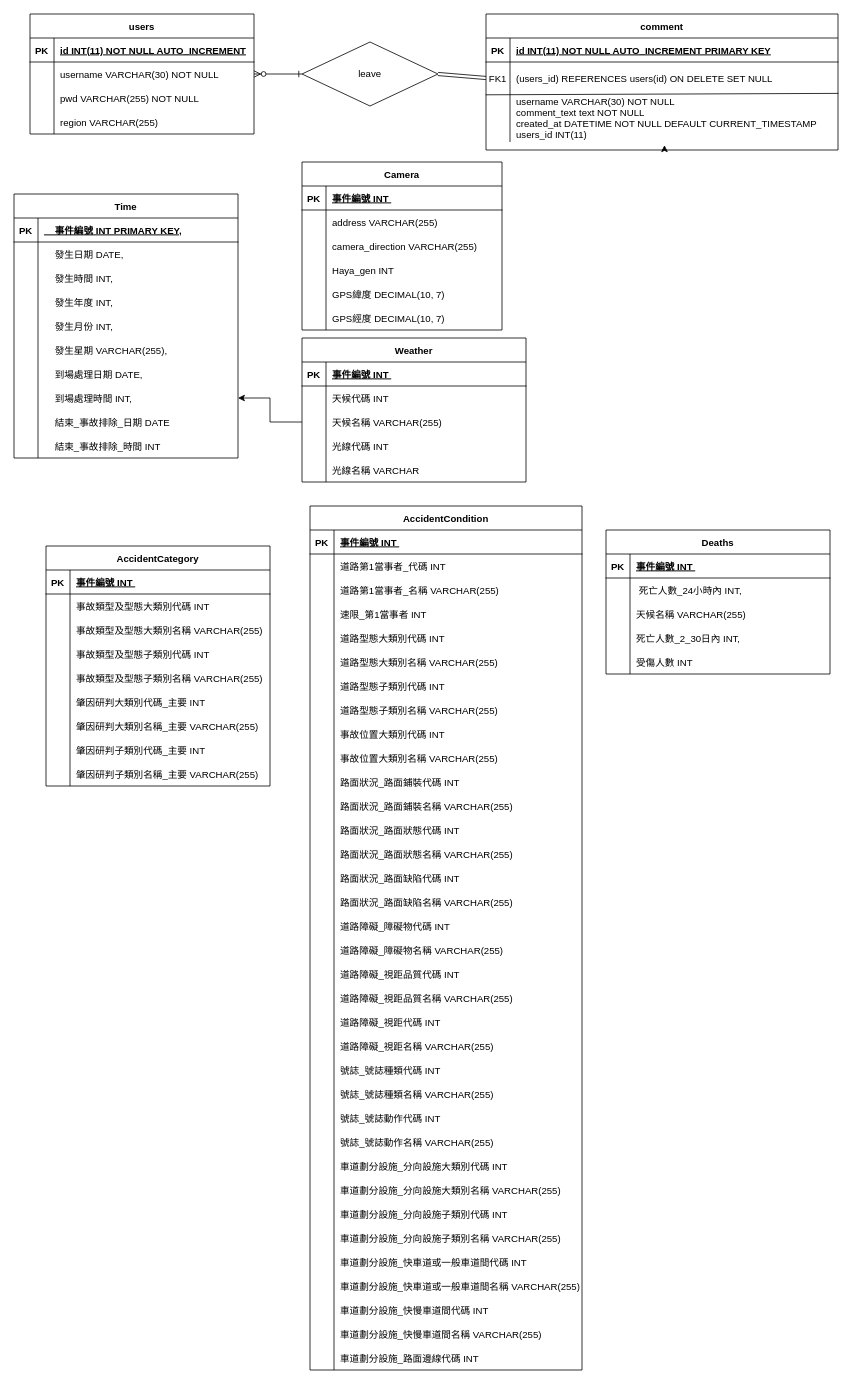
Above: 未命名绘图.drawio in Allenwang2004/DatabaseFinalproject (draw.io), before the change. Source tidied: cells renumbered, new cells numbered last; positions are measured from the earlier drawing's top-left corner, leaving out a move shared by most shapes. Both pictures are drawn from the tidied source at 80%, with x=0, y=0 at pixel (14, 14).
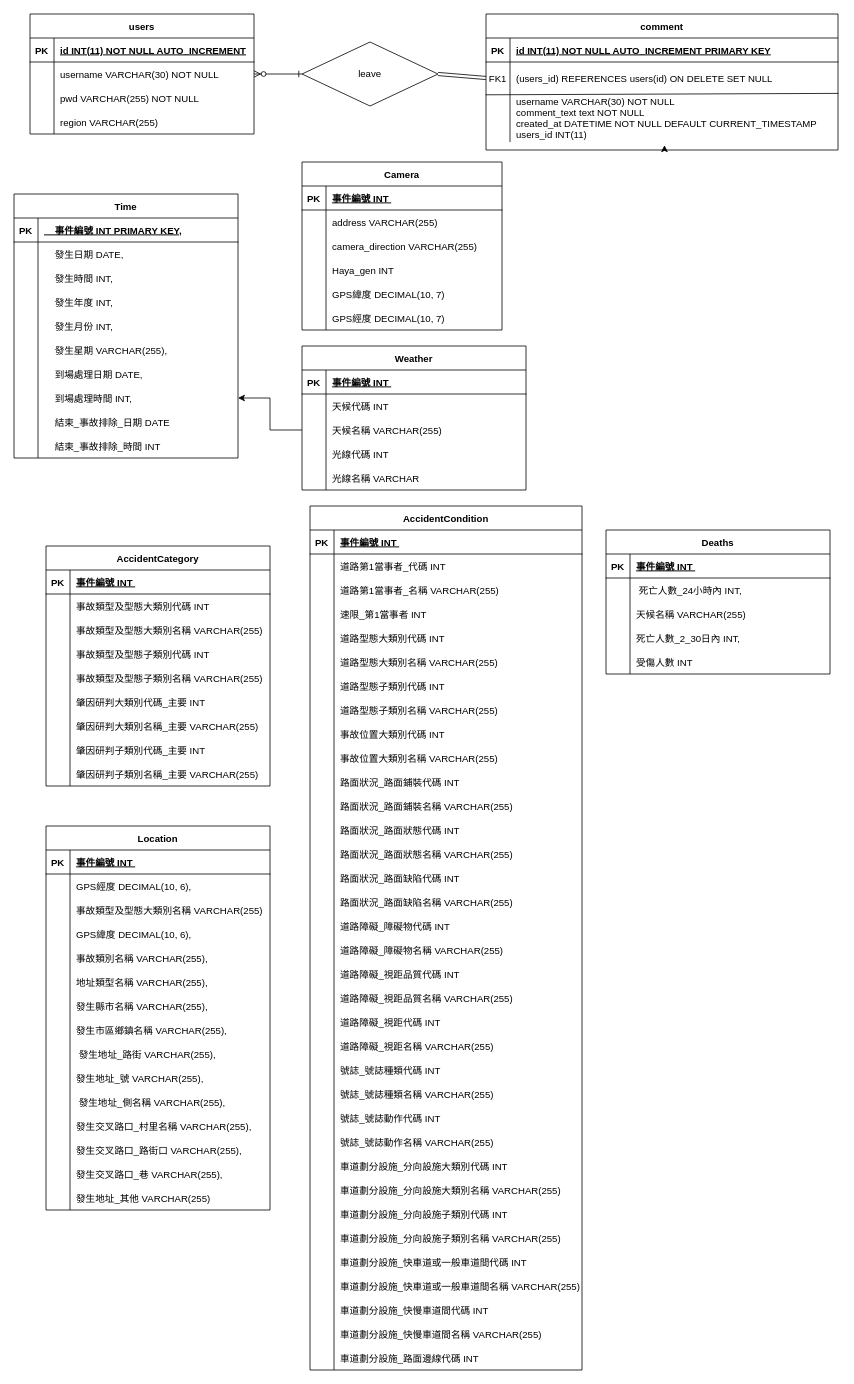
Above is the later version.

Commit message (it also covers changes not shown here):
更新未命名绘图.drawio

The change refers to these unchanged cells:
```xml
<mxCell id="10" style="shape=partialRectangle;fillColor=none;points=[[0,0.5],[1,0.5]];portConstraint=eastwest;top=0;left=0;right=0;bottom=0;" parent="3" vertex="1">
  <mxGeometry y="100" width="440" height="60" as="geometry" />
</mxCell>
```

Diff of the diagram source:
```diff
@@
-    <mxCell id="12" value="username VARCHAR(30) NOT NULL&#10;comment_text text NOT NULL&#10;created_at DATETIME NOT NULL DEFAULT CURRENT_TIMESTAMP&#10;users_id INT(11) " style="shape=partialRectangle;overflow=hidden;fillColor=none;top=0;left=0;bottom=0;right=0;align=left;spacingLeft=6;" parent="10" vertex="1">
+    <mxCell id="12" value="username VARCHAR(30) NOT NULL&#10;comment_text text NOT NULL&#10;created_at DATETIME NOT NULL DEFAULT CURRENT_TIMESTAMP&#10;users_id INT(11)" style="shape=partialRectangle;overflow=hidden;fillColor=none;top=0;left=0;bottom=0;right=0;align=left;spacingLeft=6;" parent="10" vertex="1">
       <mxGeometry x="30" width="410" height="60" as="geometry" />
     </mxCell>
@@
     <mxCell id="79" value="Weather" style="shape=table;startSize=30;childLayout=tableLayout;rowLines=0;fontStyle=1;align=center;" parent="1" vertex="1">
-      <mxGeometry x="360" y="405" width="280" height="180" as="geometry" />
+      <mxGeometry x="360" y="415" width="280" height="180" as="geometry" />
     </mxCell>
@@
+    <mxCell id="247" value="Location" style="shape=table;startSize=30;childLayout=tableLayout;rowLines=0;fontStyle=1;align=center;" parent="1" vertex="1">
+      <mxGeometry x="40" y="1015" width="280" height="480" as="geometry" />
+    </mxCell>
+    <mxCell id="248" style="shape=partialRectangle;fillColor=none;top=0;left=0;right=0;bottom=1;" parent="247" vertex="1">
+      <mxGeometry y="30" width="280" height="30" as="geometry" />
+    </mxCell>
+    <mxCell id="249" value="PK" style="shape=partialRectangle;overflow=hidden;fillColor=none;top=0;left=0;bottom=0;right=0;fontStyle=1;" parent="248" vertex="1">
+      <mxGeometry width="30" height="30" as="geometry" />
+    </mxCell>
+    <mxCell id="250" value="事件編號 INT " style="shape=partialRectangle;overflow=hidden;fillColor=none;top=0;left=0;bottom=0;right=0;align=left;spacingLeft=6;fontStyle=5;" parent="248" vertex="1">
+      <mxGeometry x="30" width="250" height="30" as="geometry" />
+    </mxCell>
+    <mxCell id="251" style="shape=partialRectangle;fillColor=none;top=0;left=0;right=0;bottom=0;" parent="247" vertex="1">
+      <mxGeometry y="60" width="280" height="30" as="geometry" />
+    </mxCell>
+    <mxCell id="252" style="shape=partialRectangle;overflow=hidden;fillColor=none;top=0;left=0;bottom=0;right=0;" parent="251" vertex="1">
+      <mxGeometry width="30" height="30" as="geometry" />
+    </mxCell>
+    <mxCell id="253" value="GPS經度 DECIMAL(10, 6)," style="shape=partialRectangle;overflow=hidden;fillColor=none;top=0;left=0;bottom=0;right=0;align=left;spacingLeft=6;" parent="251" vertex="1">
+      <mxGeometry x="30" width="250" height="30" as="geometry" />
+    </mxCell>
+    <mxCell id="254" style="shape=partialRectangle;fillColor=none;top=0;left=0;right=0;bottom=0;" parent="247" vertex="1">
+      <mxGeometry y="90" width="280" height="30" as="geometry" />
+    </mxCell>
+    <mxCell id="255" style="shape=partialRectangle;overflow=hidden;fillColor=none;top=0;left=0;bottom=0;right=0;" parent="254" vertex="1">
+      <mxGeometry width="30" height="30" as="geometry" />
+    </mxCell>
+    <mxCell id="256" value="事故類型及型態大類別名稱 VARCHAR(255)" style="shape=partialRectangle;overflow=hidden;fillColor=none;top=0;left=0;bottom=0;right=0;align=left;spacingLeft=6;" parent="254" vertex="1">
+      <mxGeometry x="30" width="250" height="30" as="geometry" />
+    </mxCell>
+    <mxCell id="257" style="shape=partialRectangle;fillColor=none;top=0;left=0;right=0;bottom=0;" parent="247" vertex="1">
+      <mxGeometry y="120" width="280" height="30" as="geometry" />
+    </mxCell>
+    <mxCell id="258" style="shape=partialRectangle;overflow=hidden;fillColor=none;top=0;left=0;bottom=0;right=0;" parent="257" vertex="1">
+      <mxGeometry width="30" height="30" as="geometry" />
+    </mxCell>
+    <mxCell id="259" value="GPS緯度 DECIMAL(10, 6)," style="shape=partialRectangle;overflow=hidden;fillColor=none;top=0;left=0;bottom=0;right=0;align=left;spacingLeft=6;" parent="257" vertex="1">
+      <mxGeometry x="30" width="250" height="30" as="geometry" />
+    </mxCell>
+    <mxCell id="260" style="shape=partialRectangle;fillColor=none;top=0;left=0;right=0;bottom=0;" parent="247" vertex="1">
+      <mxGeometry y="150" width="280" height="30" as="geometry" />
+    </mxCell>
+    <mxCell id="261" style="shape=partialRectangle;overflow=hidden;fillColor=none;top=0;left=0;bottom=0;right=0;" parent="260" vertex="1">
+      <mxGeometry width="30" height="30" as="geometry" />
+    </mxCell>
+    <mxCell id="262" value="事故類別名稱 VARCHAR(255)," style="shape=partialRectangle;overflow=hidden;fillColor=none;top=0;left=0;bottom=0;right=0;align=left;spacingLeft=6;" parent="260" vertex="1">
+      <mxGeometry x="30" width="250" height="30" as="geometry" />
+    </mxCell>
+    <mxCell id="263" style="shape=partialRectangle;fillColor=none;top=0;left=0;right=0;bottom=0;" parent="247" vertex="1">
+      <mxGeometry y="180" width="280" height="30" as="geometry" />
+    </mxCell>
+    <mxCell id="264" style="shape=partialRectangle;overflow=hidden;fillColor=none;top=0;left=0;bottom=0;right=0;" parent="263" vertex="1">
+      <mxGeometry width="30" height="30" as="geometry" />
+    </mxCell>
+    <mxCell id="265" value="地址類型名稱 VARCHAR(255)," style="shape=partialRectangle;overflow=hidden;fillColor=none;top=0;left=0;bottom=0;right=0;align=left;spacingLeft=6;" parent="263" vertex="1">
+      <mxGeometry x="30" width="250" height="30" as="geometry" />
+    </mxCell>
+    <mxCell id="266" style="shape=partialRectangle;fillColor=none;top=0;left=0;right=0;bottom=0;" parent="247" vertex="1">
+      <mxGeometry y="210" width="280" height="30" as="geometry" />
+    </mxCell>
+    <mxCell id="267" style="shape=partialRectangle;overflow=hidden;fillColor=none;top=0;left=0;bottom=0;right=0;" parent="266" vertex="1">
+      <mxGeometry width="30" height="30" as="geometry" />
+    </mxCell>
+    <mxCell id="268" value="發生縣市名稱 VARCHAR(255)," style="shape=partialRectangle;overflow=hidden;fillColor=none;top=0;left=0;bottom=0;right=0;align=left;spacingLeft=6;" parent="266" vertex="1">
+      <mxGeometry x="30" width="250" height="30" as="geometry" />
+    </mxCell>
+    <mxCell id="269" style="shape=partialRectangle;fillColor=none;top=0;left=0;right=0;bottom=0;" parent="247" vertex="1">
+      <mxGeometry y="240" width="280" height="30" as="geometry" />
+    </mxCell>
+    <mxCell id="270" style="shape=partialRectangle;overflow=hidden;fillColor=none;top=0;left=0;bottom=0;right=0;" parent="269" vertex="1">
+      <mxGeometry width="30" height="30" as="geometry" />
+    </mxCell>
+    <mxCell id="271" value="發生市區鄉鎮名稱 VARCHAR(255)," style="shape=partialRectangle;overflow=hidden;fillColor=none;top=0;left=0;bottom=0;right=0;align=left;spacingLeft=6;" parent="269" vertex="1">
+      <mxGeometry x="30" width="250" height="30" as="geometry" />
+    </mxCell>
+    <mxCell id="272" style="shape=partialRectangle;fillColor=none;top=0;left=0;right=0;bottom=0;" parent="247" vertex="1">
+      <mxGeometry y="270" width="280" height="30" as="geometry" />
+    </mxCell>
+    <mxCell id="273" style="shape=partialRectangle;overflow=hidden;fillColor=none;top=0;left=0;bottom=0;right=0;" parent="272" vertex="1">
+      <mxGeometry width="30" height="30" as="geometry" />
+    </mxCell>
+    <mxCell id="274" value=" 發生地址_路街 VARCHAR(255)," style="shape=partialRectangle;overflow=hidden;fillColor=none;top=0;left=0;bottom=0;right=0;align=left;spacingLeft=6;" parent="272" vertex="1">
+      <mxGeometry x="30" width="250" height="30" as="geometry" />
+    </mxCell>
+    <mxCell id="275" style="shape=partialRectangle;fillColor=none;top=0;left=0;right=0;bottom=0;" parent="247" vertex="1">
+      <mxGeometry y="300" width="280" height="30" as="geometry" />
+    </mxCell>
+    <mxCell id="276" style="shape=partialRectangle;overflow=hidden;fillColor=none;top=0;left=0;bottom=0;right=0;" parent="275" vertex="1">
+      <mxGeometry width="30" height="30" as="geometry" />
+    </mxCell>
+    <mxCell id="277" value="發生地址_號 VARCHAR(255)," style="shape=partialRectangle;overflow=hidden;fillColor=none;top=0;left=0;bottom=0;right=0;align=left;spacingLeft=6;" parent="275" vertex="1">
+      <mxGeometry x="30" width="250" height="30" as="geometry" />
+    </mxCell>
+    <mxCell id="278" style="shape=partialRectangle;fillColor=none;top=0;left=0;right=0;bottom=0;" parent="247" vertex="1">
+      <mxGeometry y="330" width="280" height="30" as="geometry" />
+    </mxCell>
+    <mxCell id="279" style="shape=partialRectangle;overflow=hidden;fillColor=none;top=0;left=0;bottom=0;right=0;" parent="278" vertex="1">
+      <mxGeometry width="30" height="30" as="geometry" />
+    </mxCell>
+    <mxCell id="280" value=" 發生地址_側名稱 VARCHAR(255)," style="shape=partialRectangle;overflow=hidden;fillColor=none;top=0;left=0;bottom=0;right=0;align=left;spacingLeft=6;" parent="278" vertex="1">
+      <mxGeometry x="30" width="250" height="30" as="geometry" />
+    </mxCell>
+    <mxCell id="281" style="shape=partialRectangle;fillColor=none;top=0;left=0;right=0;bottom=0;" parent="247" vertex="1">
+      <mxGeometry y="360" width="280" height="30" as="geometry" />
+    </mxCell>
+    <mxCell id="282" style="shape=partialRectangle;overflow=hidden;fillColor=none;top=0;left=0;bottom=0;right=0;" parent="281" vertex="1">
+      <mxGeometry width="30" height="30" as="geometry" />
+    </mxCell>
+    <mxCell id="283" value="發生交叉路口_村里名稱 VARCHAR(255)," style="shape=partialRectangle;overflow=hidden;fillColor=none;top=0;left=0;bottom=0;right=0;align=left;spacingLeft=6;" parent="281" vertex="1">
+      <mxGeometry x="30" width="250" height="30" as="geometry" />
+    </mxCell>
+    <mxCell id="284" style="shape=partialRectangle;fillColor=none;top=0;left=0;right=0;bottom=0;" parent="247" vertex="1">
+      <mxGeometry y="390" width="280" height="30" as="geometry" />
+    </mxCell>
+    <mxCell id="285" style="shape=partialRectangle;overflow=hidden;fillColor=none;top=0;left=0;bottom=0;right=0;" parent="284" vertex="1">
+      <mxGeometry width="30" height="30" as="geometry" />
+    </mxCell>
+    <mxCell id="286" value="發生交叉路口_路街口 VARCHAR(255)," style="shape=partialRectangle;overflow=hidden;fillColor=none;top=0;left=0;bottom=0;right=0;align=left;spacingLeft=6;" parent="284" vertex="1">
+      <mxGeometry x="30" width="250" height="30" as="geometry" />
+    </mxCell>
+    <mxCell id="287" style="shape=partialRectangle;fillColor=none;top=0;left=0;right=0;bottom=0;" parent="247" vertex="1">
+      <mxGeometry y="420" width="280" height="30" as="geometry" />
+    </mxCell>
+    <mxCell id="288" style="shape=partialRectangle;overflow=hidden;fillColor=none;top=0;left=0;bottom=0;right=0;" parent="287" vertex="1">
+      <mxGeometry width="30" height="30" as="geometry" />
+    </mxCell>
+    <mxCell id="289" value="發生交叉路口_巷 VARCHAR(255)," style="shape=partialRectangle;overflow=hidden;fillColor=none;top=0;left=0;bottom=0;right=0;align=left;spacingLeft=6;" parent="287" vertex="1">
+      <mxGeometry x="30" width="250" height="30" as="geometry" />
+    </mxCell>
+    <mxCell id="290" style="shape=partialRectangle;fillColor=none;top=0;left=0;right=0;bottom=0;" parent="247" vertex="1">
+      <mxGeometry y="450" width="280" height="30" as="geometry" />
+    </mxCell>
+    <mxCell id="291" style="shape=partialRectangle;overflow=hidden;fillColor=none;top=0;left=0;bottom=0;right=0;" parent="290" vertex="1">
+      <mxGeometry width="30" height="30" as="geometry" />
+    </mxCell>
+    <mxCell id="292" value="發生地址_其他 VARCHAR(255)" style="shape=partialRectangle;overflow=hidden;fillColor=none;top=0;left=0;bottom=0;right=0;align=left;spacingLeft=6;" parent="290" vertex="1">
+      <mxGeometry x="30" width="250" height="30" as="geometry" />
+    </mxCell>
```
